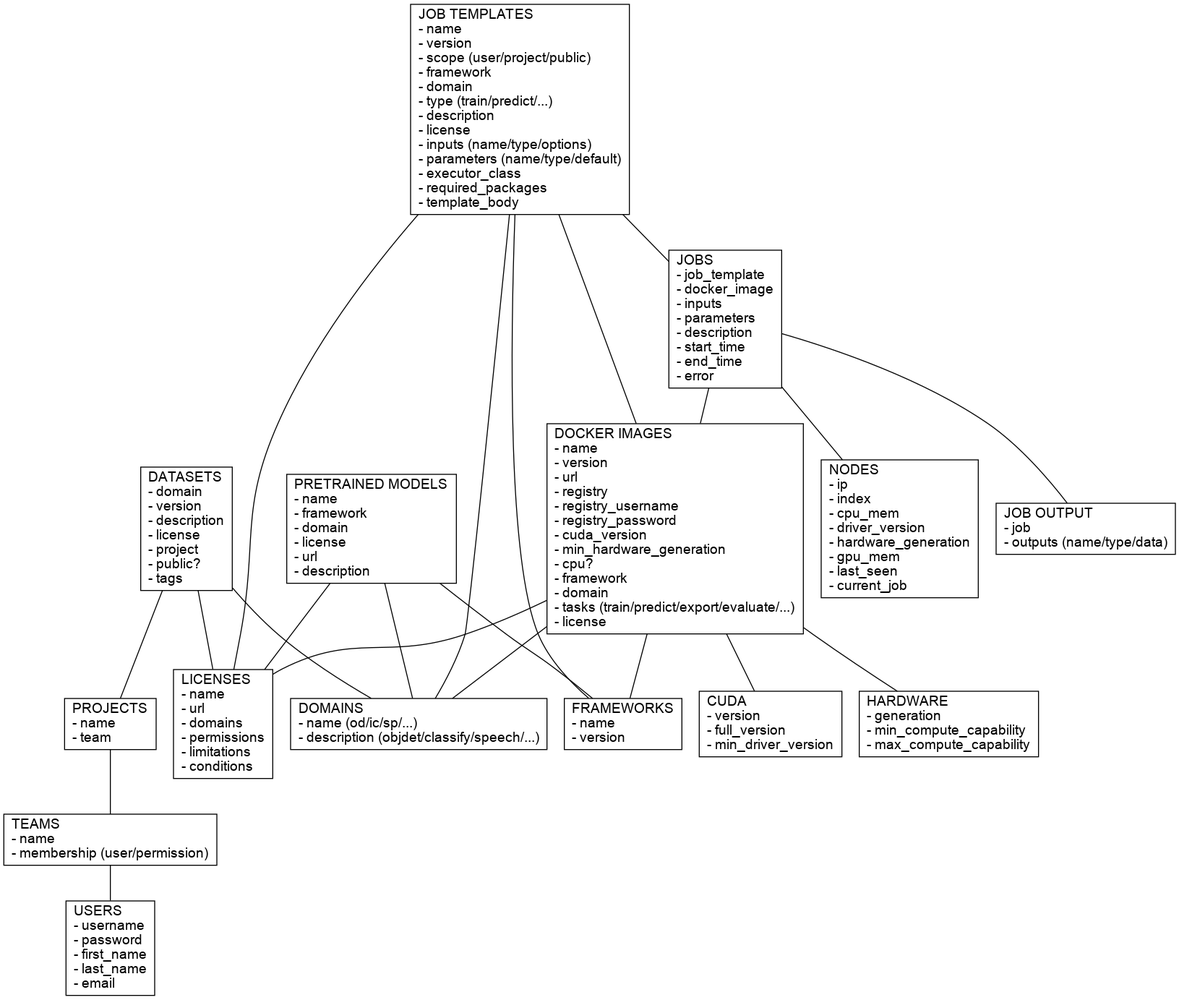
waikato-ufdl/ufdl-api keeps this Graphviz diagram as docs/img/api.png. Above is the earlier version. Its source is kept beside it as docs/img/api.dot.
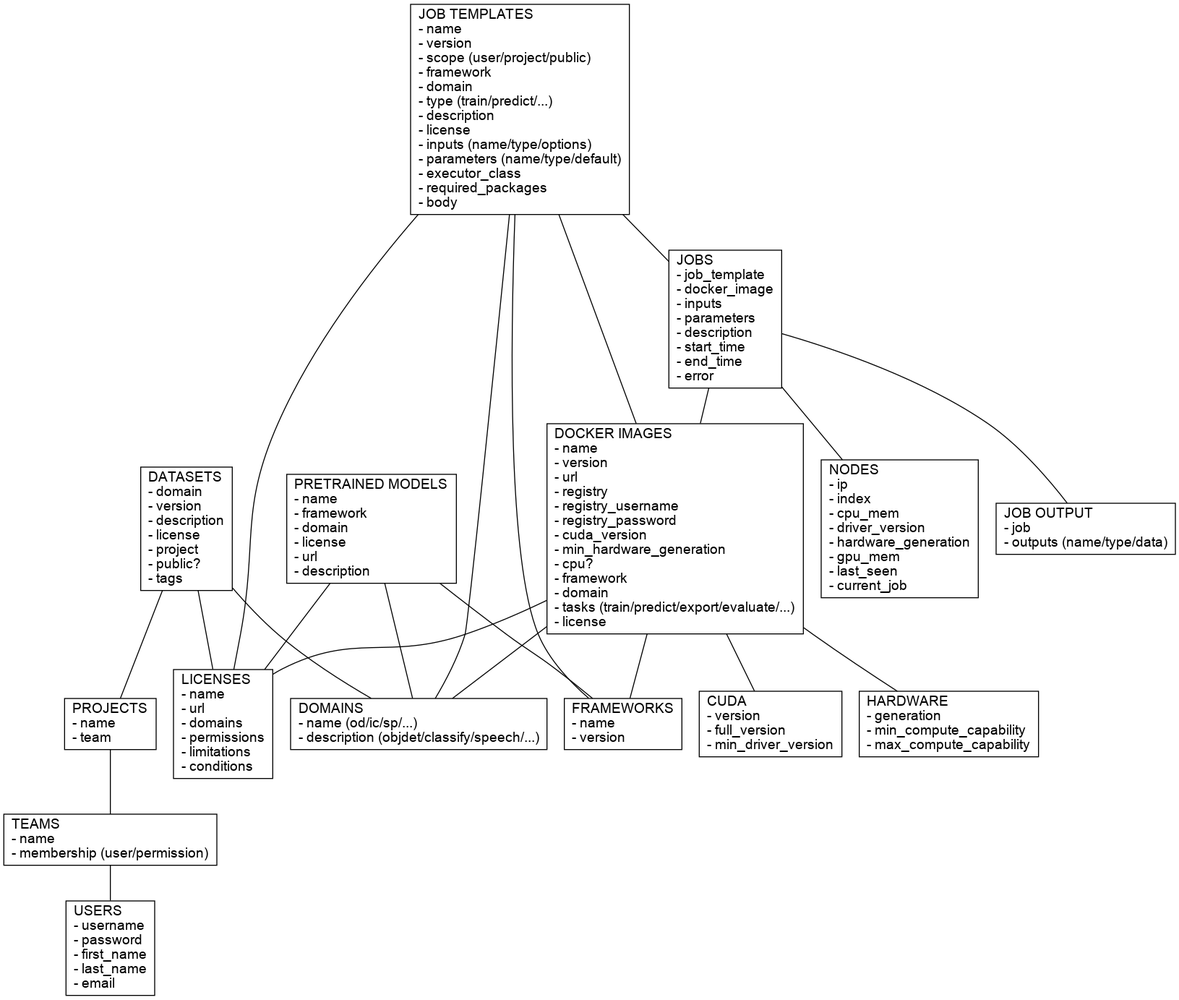
After the change.

Commit message:
renamed body_template to body in job templates

The edit, as a diff of the source:
```diff
@@ -16,7 +16,7 @@
 
   datasets [label = "DATASETS\l- domain\l- version\l- description\l- license\l- project\l- public?\l- tags\l"];
   pretrained_models [label = "PRETRAINED MODELS\l- name\l- framework\l- domain\l- license\l- url\l- description\l"];
-  job_templates [label = "JOB TEMPLATES\l- name\l- version\l- scope (user/project/public)\l- framework\l- domain\l- type (train/predict/...)\l- description\l- license\l- inputs (name/type/options)\l- parameters (name/type/default)\l- executor_class\l- required_packages\l- template_body\l"];
+  job_templates [label = "JOB TEMPLATES\l- name\l- version\l- scope (user/project/public)\l- framework\l- domain\l- type (train/predict/...)\l- description\l- license\l- inputs (name/type/options)\l- parameters (name/type/default)\l- executor_class\l- required_packages\l- body\l"];
   jobs [label = "JOBS\l- job_template\l- docker_image\l- inputs\l- parameters\l- description\l- start_time\l- end_time\l- error\l"];
   job_output [label = "JOB OUTPUT\l- job\l- outputs (name/type/data)\l"];
 
```
